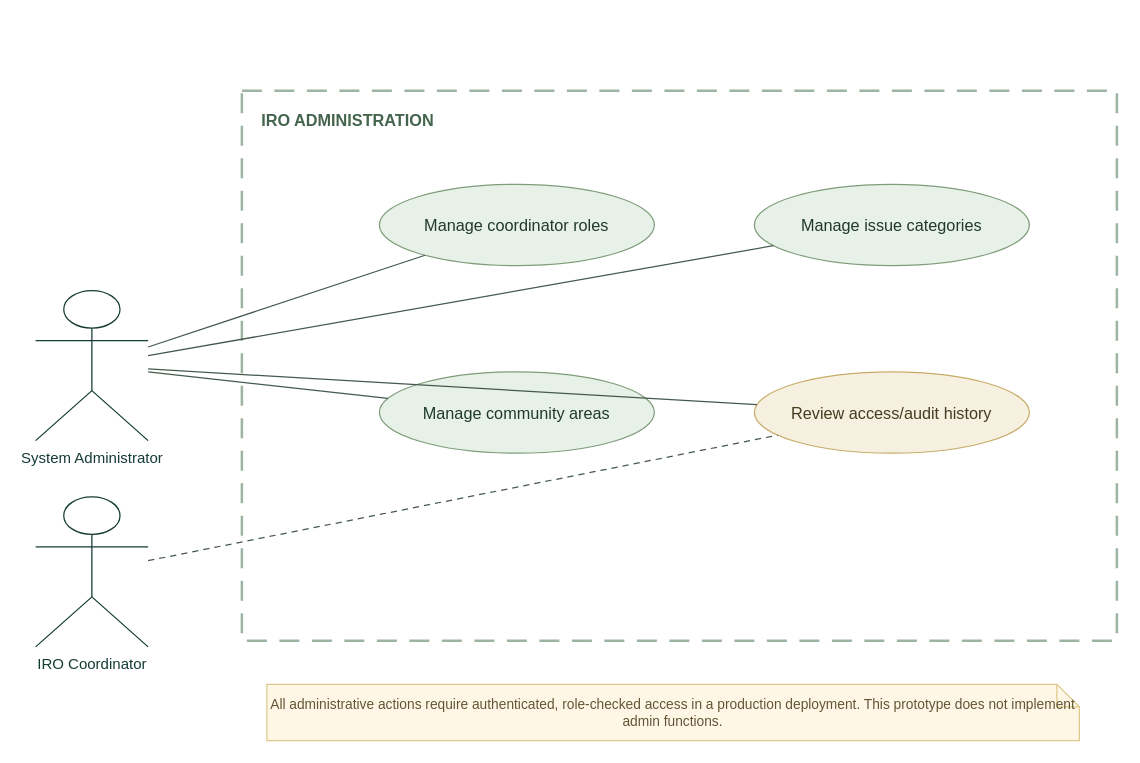
Earlier version of the draw.io diagram diagrams/UseCase-Administration.drawio (scienceshephard/CSC426-IRO-220404066). Source tidied: cells renumbered, new cells numbered last; positions are measured from the earlier drawing's top-left corner, leaving out a move shared by most shapes. Both pictures are drawn from the tidied source at 125%, with x=0, y=0 at pixel (35, 90).
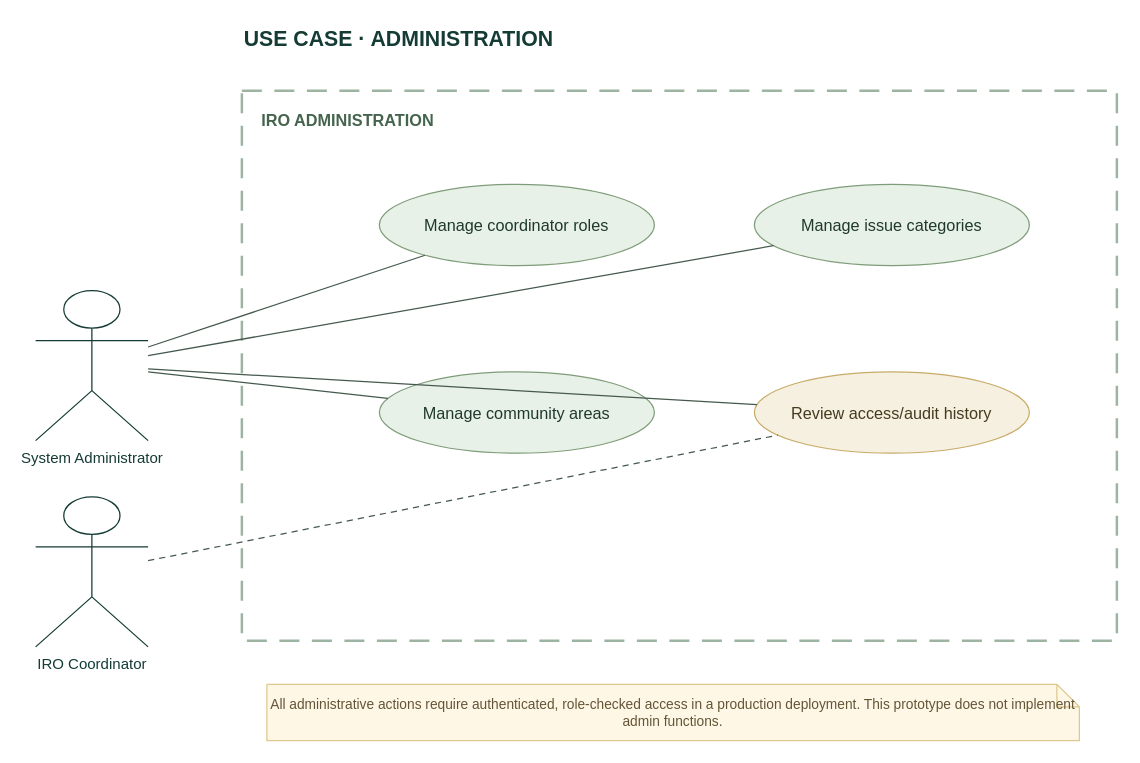
After the change.

What changed in the source:
```diff
@@
 <mxGraphModel>
   <root>
     <mxCell id="0" />
     <mxCell id="1" parent="0" />
+    <mxCell id="15" value="USE CASE · ADMINISTRATION" style="text;html=1;strokeColor=none;fillColor=none;fontColor=#153b35;fontStyle=1;fontSize=17;align=left;verticalAlign=middle;" parent="1" vertex="1">
+      <mxGeometry x="165" y="-55" width="500" height="30" as="geometry" />
+    </mxCell>
     <mxCell id="2" value="IRO ADMINISTRATION" style="rounded=0;whiteSpace=wrap;html=1;fillColor=none;strokeColor=#9eb4a2;strokeWidth=2;dashed=1;dashPattern=8 5;verticalAlign=top;align=left;spacingLeft=14;spacingTop=10;fontColor=#45644d;fontStyle=1;fontSize=13;" parent="1" vertex="1">
       <mxGeometry x="165" width="700" height="440" as="geometry" />
     </mxCell>
     <mxCell id="3" value="System Administrator" style="shape=umlActor;verticalLabelPosition=bottom;verticalAlign=top;html=1;outlineConnect=0;strokeColor=#153b35;fontColor=#153b35;fontSize=12;" parent="1" vertex="1">
       <mxGeometry y="160" width="90" height="120" as="geometry" />
     </mxCell>
     <mxCell id="4" value="IRO Coordinator" style="shape=umlActor;verticalLabelPosition=bottom;verticalAlign=top;html=1;outlineConnect=0;strokeColor=#153b35;fontColor=#153b35;fontSize=12;" parent="1" vertex="1">
       <mxGeometry y="325" width="90" height="120" as="geometry" />
     </mxCell>
     <mxCell id="5" value="Manage coordinator roles" style="ellipse;whiteSpace=wrap;html=1;fillColor=#e8f1e7;strokeColor=#7f9d7a;fontColor=#1f392d;fontSize=13;" parent="1" vertex="1">
       <mxGeometry x="275" y="75" width="220" height="65" as="geometry" />
     </mxCell>
     <mxCell id="6" value="Manage issue categories" style="ellipse;whiteSpace=wrap;html=1;fillColor=#e8f1e7;strokeColor=#7f9d7a;fontColor=#1f392d;fontSize=13;" parent="1" vertex="1">
       <mxGeometry x="575" y="75" width="220" height="65" as="geometry" />
     </mxCell>
     <mxCell id="7" value="Manage community areas" style="ellipse;whiteSpace=wrap;html=1;fillColor=#e8f1e7;strokeColor=#7f9d7a;fontColor=#1f392d;fontSize=13;" parent="1" vertex="1">
       <mxGeometry x="275" y="225" width="220" height="65" as="geometry" />
     </mxCell>
     <mxCell id="8" value="Review access/audit history" style="ellipse;whiteSpace=wrap;html=1;fillColor=#f5f0df;strokeColor=#c8ab69;fontColor=#463b20;fontSize=13;" parent="1" vertex="1">
       <mxGeometry x="575" y="225" width="220" height="65" as="geometry" />
     </mxCell>
     <mxCell id="9" style="edgeStyle=none;html=1;strokeColor=#45594d;endArrow=none;" parent="1" edge="1" source="3" target="5">
       <mxGeometry relative="1" as="geometry" />
     </mxCell>
     <mxCell id="10" style="edgeStyle=none;html=1;strokeColor=#45594d;endArrow=none;" parent="1" edge="1" source="3" target="6">
       <mxGeometry relative="1" as="geometry" />
     </mxCell>
     <mxCell id="11" style="edgeStyle=none;html=1;strokeColor=#45594d;endArrow=none;" parent="1" edge="1" source="3" target="7">
       <mxGeometry relative="1" as="geometry" />
     </mxCell>
     <mxCell id="12" style="edgeStyle=none;html=1;strokeColor=#45594d;endArrow=none;" parent="1" edge="1" source="3" target="8">
       <mxGeometry relative="1" as="geometry" />
     </mxCell>
     <mxCell id="13" style="edgeStyle=none;html=1;strokeColor=#45594d;endArrow=none;dashed=1;dashPattern=5 4;" parent="1" edge="1" source="4" target="8">
       <mxGeometry relative="1" as="geometry" />
     </mxCell>
     <mxCell id="14" value="All administrative actions require authenticated, role-checked access in a production deployment. This prototype does not implement admin functions." style="shape=note;whiteSpace=wrap;html=1;size=18;fillColor=#fff7e5;strokeColor=#ddc98d;fontColor=#625537;fontSize=11;" parent="1" vertex="1">
       <mxGeometry x="185" y="475" width="650" height="45" as="geometry" />
     </mxCell>
   </root>
 </mxGraphModel>
```
